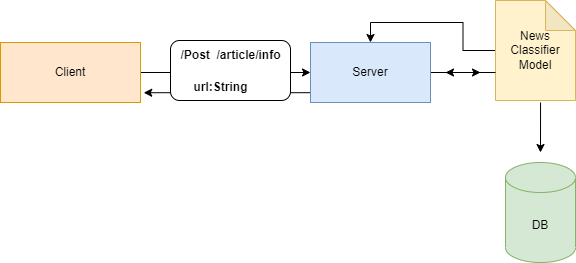
This is images/arch.png from balaji-sivasakthi/InfoSense, a draw.io export, as it was before one commit. Source tidied: cells renumbered, new cells last; positions are measured from the earlier drawing's top-left corner, leaving out a move shared by most shapes.
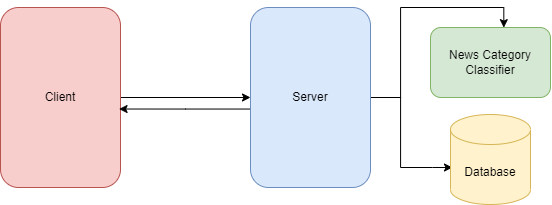
Later version of the same file.

Commit message:
feart: arch design

Diff of the diagram source:
```diff
@@ -3,60 +3,44 @@
     <mxCell id="0" />
     <mxCell id="1" parent="0" />
     <mxCell id="2" style="edgeStyle=orthogonalEdgeStyle;rounded=0;jettySize=auto;html=1;entryX=0;entryY=0.5;entryDx=0;entryDy=0;" parent="1" edge="1" source="5" target="7">
-      <mxGeometry relative="1" as="geometry">
-        <Array as="points">
-          <mxPoint x="170" y="72" />
-          <mxPoint x="170" y="72" />
-        </Array>
-      </mxGeometry>
+      <mxGeometry relative="1" as="geometry" />
     </mxCell>
+    <mxCell id="5" value="Client" style="rounded=1;whiteSpace=wrap;html=1;fillColor=#f8cecc;strokeColor=#b85450;" parent="1" vertex="1">
+      <mxGeometry x="90" y="202" width="120" height="180" as="geometry" />
+    </mxCell>
+    <mxCell id="15" style="edgeStyle=orthogonalEdgeStyle;rounded=0;jettySize=auto;html=1;entryX=0.611;entryY=0.002;entryDx=0;entryDy=0;entryPerimeter=0;" parent="1" edge="1" source="7" target="17">
+      <mxGeometry relative="1" as="geometry">
+        <Array as="points">
+          <mxPoint x="490" y="292" />
+          <mxPoint x="490" y="202" />
+          <mxPoint x="593" y="202" />
+        </Array>
+      </mxGeometry>
+    </mxCell>
+    <mxCell id="16" style="edgeStyle=orthogonalEdgeStyle;rounded=0;jettySize=auto;html=1;entryX=0.025;entryY=0.589;entryDx=0;entryDy=0;entryPerimeter=0;" parent="1" edge="1" source="7" target="18">
+      <mxGeometry relative="1" as="geometry">
+        <Array as="points">
+          <mxPoint x="490" y="292" />
+          <mxPoint x="490" y="362" />
+          <mxPoint x="522" y="362" />
+        </Array>
+      </mxGeometry>
+    </mxCell>
-    <mxCell id="3" style="edgeStyle=orthogonalEdgeStyle;rounded=0;jettySize=auto;html=1;entryX=1.023;entryY=0.837;entryDx=0;entryDy=0;entryPerimeter=0;" parent="1" edge="1" source="7" target="5">
+    <mxCell id="3" style="edgeStyle=orthogonalEdgeStyle;rounded=0;jettySize=auto;html=1;entryX=0.988;entryY=0.564;entryDx=0;entryDy=0;entryPerimeter=0;" parent="1" edge="1" source="7" target="5">
       <mxGeometry relative="1" as="geometry">
         <Array as="points">
-          <mxPoint x="225" y="92" />
+          <mxPoint x="275" y="304" />
         </Array>
       </mxGeometry>
     </mxCell>
-    <mxCell id="4" style="rounded=1;whiteSpace=wrap;html=1;" parent="1" vertex="1">
-      <mxGeometry x="170" y="40" width="120" height="60" as="geometry" />
-    </mxCell>
-    <mxCell id="5" value="Client" style="rounded=0;whiteSpace=wrap;html=1;fillColor=#ffe6cc;strokeColor=#d79b00;" parent="1" vertex="1">
-      <mxGeometry y="42" width="140" height="60" as="geometry" />
-    </mxCell>
-    <mxCell id="6" style="edgeStyle=orthogonalEdgeStyle;rounded=0;jettySize=auto;html=1;entryX=0;entryY=0.5;entryDx=0;entryDy=0;" parent="1" edge="1" source="7">
-      <mxGeometry relative="1" as="geometry">
-        <mxPoint x="480" y="72" as="targetPoint" />
-      </mxGeometry>
-    </mxCell>
-    <mxCell id="7" value="Server" style="rounded=0;whiteSpace=wrap;html=1;fillColor=#dae8fc;strokeColor=#6c8ebf;" parent="1" vertex="1">
-      <mxGeometry x="310" y="42" width="120" height="60" as="geometry" />
+    <mxCell id="7" value="Server" style="rounded=1;whiteSpace=wrap;html=1;fillColor=#dae8fc;strokeColor=#6c8ebf;" parent="1" vertex="1">
+      <mxGeometry x="340" y="202" width="120" height="180" as="geometry" />
     </mxCell>
-    <mxCell id="8" value="DB" style="shape=cylinder3;whiteSpace=wrap;html=1;boundedLbl=1;backgroundOutline=1;size=15;fillColor=#d5e8d4;strokeColor=#82b366;" parent="1" vertex="1">
-      <mxGeometry x="505" y="162" width="70" height="100" as="geometry" />
-    </mxCell>
-    <mxCell id="9" style="edgeStyle=orthogonalEdgeStyle;rounded=0;jettySize=auto;html=1;entryX=0.5;entryY=0;entryDx=0;entryDy=0;" parent="1" edge="1" source="10" target="7">
-      <mxGeometry relative="1" as="geometry" />
-    </mxCell>
-    <mxCell id="10" value="News Classifier Model" style="shape=note;whiteSpace=wrap;html=1;backgroundOutline=1;darkOpacity=0.05;fillColor=#fff2cc;strokeColor=#d6b656;" parent="1" vertex="1">
-      <mxGeometry x="495" width="80" height="100" as="geometry" />
-    </mxCell>
-    <mxCell id="11" value="/Post&amp;nbsp; /article/info" style="text;html=1;align=center;verticalAlign=middle;strokeColor=none;fillColor=none;fontStyle=1;" parent="1" vertex="1">
-      <mxGeometry x="170" y="40" width="120" height="30" as="geometry" />
-    </mxCell>
-    <mxCell id="12" value="url:String" style="text;html=1;align=center;verticalAlign=middle;strokeColor=none;fillColor=none;fontStyle=1;" parent="1" vertex="1">
-      <mxGeometry x="180" y="72" width="80" height="30" as="geometry" />
-    </mxCell>
-    <mxCell id="13" style="edgeStyle=orthogonalEdgeStyle;rounded=0;orthogonalLoop=1;jettySize=auto;html=1;" parent="1" edge="1">
-      <mxGeometry relative="1" as="geometry">
-        <mxPoint x="540" y="102" as="sourcePoint" />
-        <mxPoint x="540" y="152" as="targetPoint" />
-      </mxGeometry>
-    </mxCell>
-    <mxCell id="14" style="edgeStyle=orthogonalEdgeStyle;rounded=0;orthogonalLoop=1;jettySize=auto;html=1;entryX=1;entryY=0.5;entryDx=0;entryDy=0;" parent="1" edge="1">
-      <mxGeometry relative="1" as="geometry">
-        <mxPoint x="495" y="72" as="sourcePoint" />
-        <mxPoint x="445" y="72" as="targetPoint" />
-      </mxGeometry>
-    </mxCell>
+    <mxCell id="17" value="News Category Classifier" style="rounded=1;whiteSpace=wrap;html=1;fillColor=#d5e8d4;strokeColor=#82b366;" parent="1" vertex="1">
+      <mxGeometry x="520" y="222" width="120" height="70" as="geometry" />
+    </mxCell>
+    <mxCell id="18" value="Database" style="shape=cylinder3;whiteSpace=wrap;html=1;boundedLbl=1;backgroundOutline=1;size=15;fillColor=#fff2cc;strokeColor=#d6b656;" parent="1" vertex="1">
+      <mxGeometry x="540" y="309" width="80" height="90" as="geometry" />
+    </mxCell>
   </root>
 </mxGraphModel>
```
